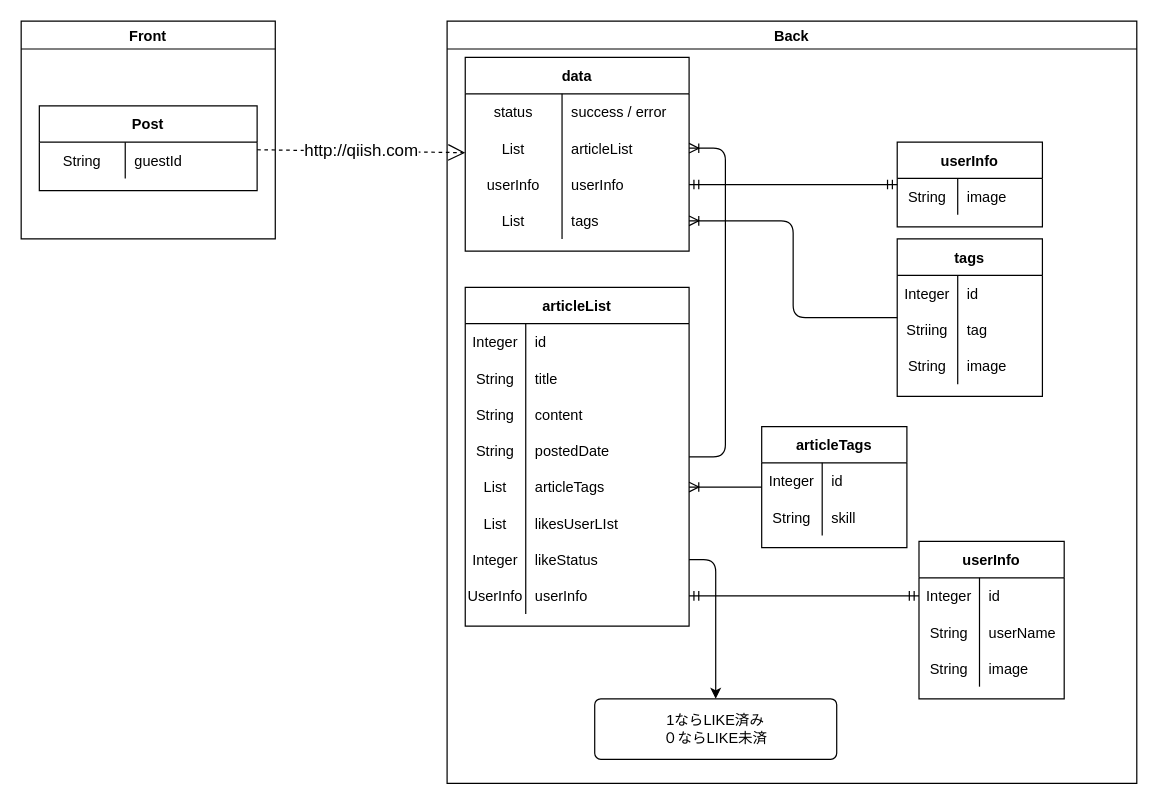
Earlier version of the draw.io diagram page "[表示]トップページ" (2 of 21) of Designs/基本設計.drawio (yusuke-rakus/Qiish). Source tidied: cells renumbered, new cells numbered last; positions are measured from the earlier drawing's top-left corner, leaving out a move shared by most shapes. Both pictures are drawn from the tidied source at 121%, with x=0, y=0 at pixel (21, 21).
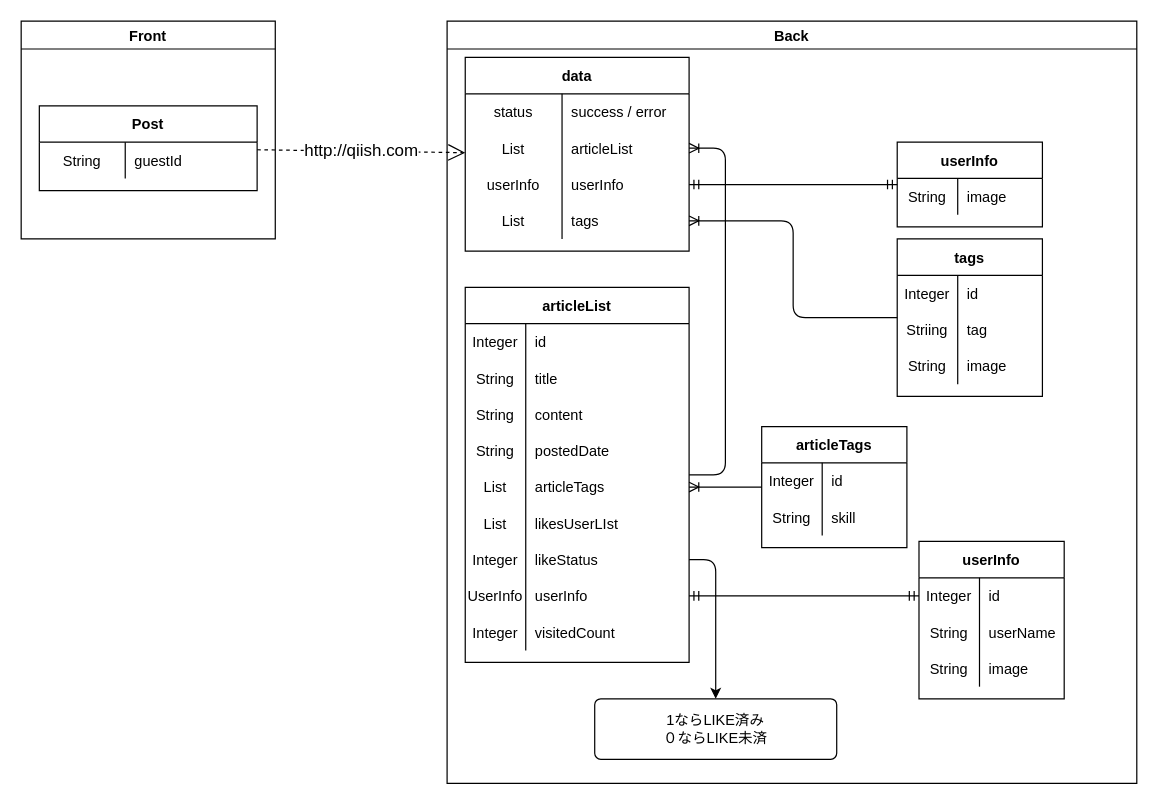
After the change.

The change refers to these unchanged cells:
```xml
<mxCell id="2" value="Back" style="swimlane;" parent="1" vertex="1">
  <mxGeometry x="352" width="570" height="630" as="geometry" />
</mxCell>
```

Diff of the diagram source:
```diff
@@
     <mxCell id="16" value="articleList" style="shape=table;startSize=30;childLayout=tableLayout;rowLines=0;fontStyle=1;align=center;" parent="2" vertex="1">
-      <mxGeometry x="15" y="220" width="185" height="280" as="geometry" />
+      <mxGeometry x="15" y="220" width="185" height="310" as="geometry" />
     </mxCell>
@@
+    <mxCell id="85" style="shape=partialRectangle;fillColor=none;top=0;left=0;bottom=0;right=0;" parent="16" vertex="1">
+      <mxGeometry y="270" width="185" height="30" as="geometry" />
+    </mxCell>
+    <mxCell id="86" value="Integer" style="shape=partialRectangle;fillColor=none;top=0;left=0;bottom=0;right=0;overflow=hidden;" parent="85" vertex="1">
+      <mxGeometry width="50" height="30" as="geometry" />
+    </mxCell>
+    <mxCell id="87" value="visitedCount" style="shape=partialRectangle;fillColor=none;top=0;left=0;bottom=0;right=0;align=left;spacingLeft=6;overflow=hidden;" parent="85" vertex="1">
+      <mxGeometry x="50" width="135" height="30" as="geometry" />
+    </mxCell>
```
